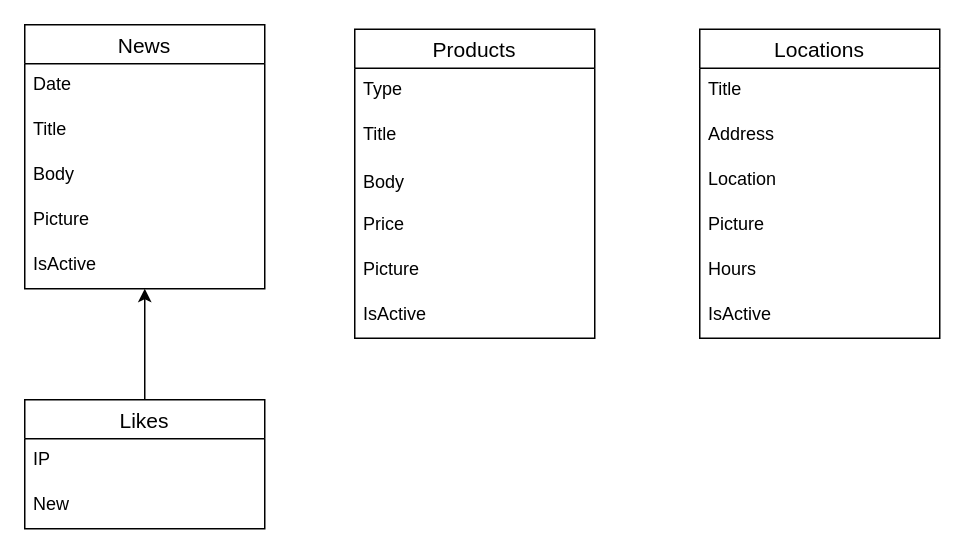
This is docs/brochure/brochure.v0.1.drawio from diego8arock/portfolio, a draw.io file, before an edit. Source tidied: cells renumbered, new cells numbered last; positions are measured from the earlier drawing's top-left corner, leaving out a move shared by most shapes. Both pictures are drawn from the tidied source at 150%, with x=0, y=0 at pixel (24, 24).
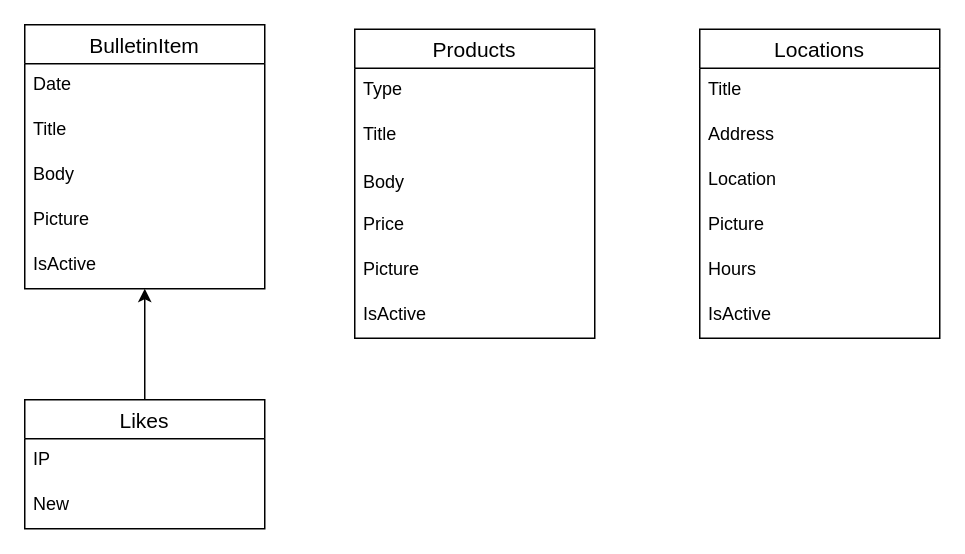
The same page after the edit.

What changed in the source:
```diff
@@
-    <mxCell id="2" value="News" style="swimlane;fontStyle=0;horizontal=1;startSize=26;align=center;fontSize=14;" parent="1" vertex="1">
+    <mxCell id="2" value="BulletinItem" style="swimlane;fontStyle=0;horizontal=1;startSize=26;align=center;fontSize=14;" parent="1" vertex="1">
       <mxGeometry width="160" height="176" as="geometry" />
     </mxCell>
```
